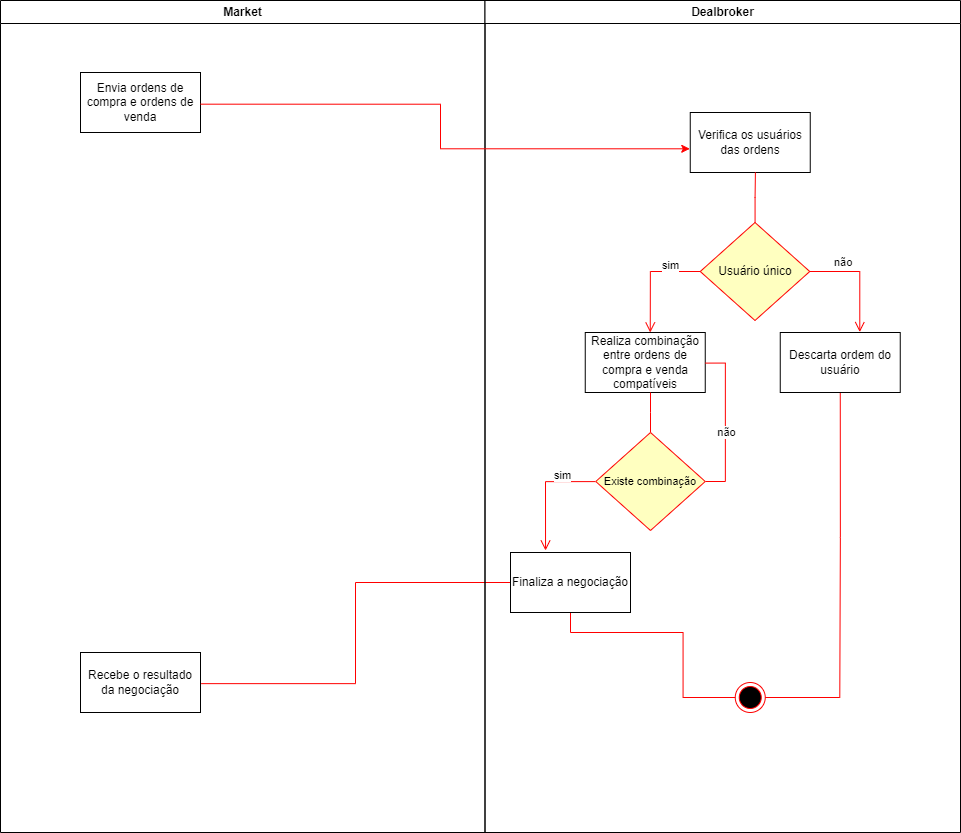
This is dealbroker/atividades/diagrama-atividades.png from milenatteixeira/stockfei, a draw.io export, as it was before one commit. Source tidied: cells renumbered, new cells last; positions are measured from the earlier drawing's top-left corner, leaving out a move shared by most shapes.
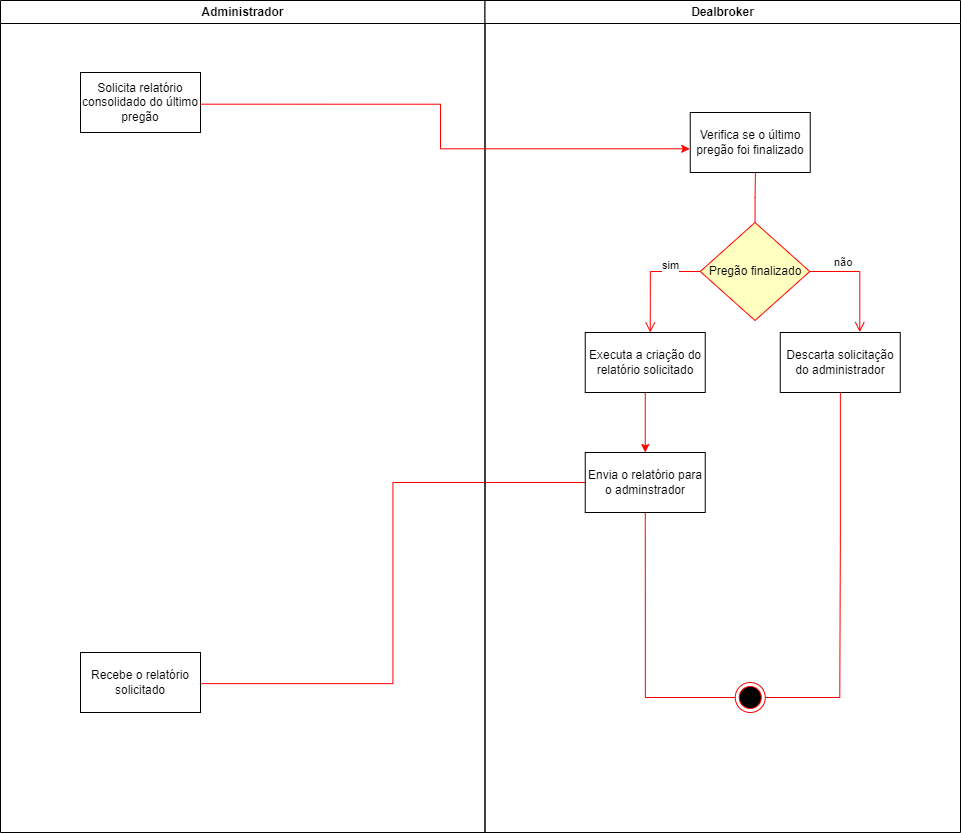
Later version of the same file.

Diff of the diagram source:
```diff
@@ -5,13 +5,13 @@
     <mxCell id="2" style="edgeStyle=orthogonalEdgeStyle;rounded=0;jettySize=auto;html=1;entryX=1.006;entryY=0.519;entryDx=0;entryDy=0;entryPerimeter=0;fontSize=11;endArrow=none;endFill=0;strokeColor=#FF0000;" parent="1" edge="1" source="22" target="5">
       <mxGeometry relative="1" as="geometry" />
     </mxCell>
-    <mxCell id="3" value="Market" style="swimlane;whiteSpace=wrap;startSize=23;" parent="1" vertex="1">
+    <mxCell id="3" value="Administrador" style="swimlane;whiteSpace=wrap;startSize=23;" parent="1" vertex="1">
       <mxGeometry width="484.5" height="832" as="geometry" />
     </mxCell>
-    <mxCell id="4" value="Envia ordens de compra e ordens de venda" style="rounded=0;whiteSpace=wrap;html=1;" parent="3" vertex="1">
+    <mxCell id="4" value="Solicita relatório consolidado do último pregão" style="rounded=0;whiteSpace=wrap;html=1;" parent="3" vertex="1">
       <mxGeometry x="80" y="72" width="120" height="60" as="geometry" />
     </mxCell>
-    <mxCell id="5" value="Recebe o resultado da negociação" style="rounded=0;whiteSpace=wrap;html=1;" parent="3" vertex="1">
+    <mxCell id="5" value="Recebe o relatório solicitado" style="rounded=0;whiteSpace=wrap;html=1;" parent="3" vertex="1">
       <mxGeometry x="80" y="652" width="120" height="60" as="geometry" />
     </mxCell>
     <mxCell id="6" value="Dealbroker" style="swimlane;whiteSpace=wrap;" parent="1" vertex="1">
@@ -20,13 +20,13 @@
     <mxCell id="7" style="ellipse;html=1;shape=endState;fillColor=#000000;strokeColor=#ff0000;" parent="6" vertex="1">
       <mxGeometry x="250.2" y="682" width="30" height="30" as="geometry" />
     </mxCell>
-    <mxCell id="8" value="Verifica os usuários das ordens" style="rounded=0;whiteSpace=wrap;html=1;" parent="6" vertex="1">
+    <mxCell id="8" value="Verifica se o último pregão foi finalizado" style="rounded=0;whiteSpace=wrap;html=1;" parent="6" vertex="1">
       <mxGeometry x="205.2" y="112" width="120" height="60" as="geometry" />
     </mxCell>
     <mxCell id="9" style="edgeStyle=orthogonalEdgeStyle;rounded=0;jettySize=auto;html=1;entryX=0.543;entryY=0.997;entryDx=0;entryDy=0;entryPerimeter=0;strokeColor=#FF0000;endArrow=none;endFill=0;" parent="6" edge="1" source="10" target="8">
       <mxGeometry relative="1" as="geometry" />
     </mxCell>
-    <mxCell id="10" value="Usuário único" style="rhombus;whiteSpace=wrap;html=1;fillColor=#ffffc0;strokeColor=#ff0000;" parent="6" vertex="1">
+    <mxCell id="10" value="Pregão finalizado" style="rhombus;whiteSpace=wrap;html=1;fillColor=#ffffc0;strokeColor=#ff0000;" parent="6" vertex="1">
       <mxGeometry x="215.2" y="222" width="109.5" height="98" as="geometry" />
     </mxCell>
     <mxCell id="11" value="não" style="edgeStyle=orthogonalEdgeStyle;html=1;align=left;verticalAlign=bottom;endArrow=open;endSize=8;strokeColor=#ff0000;rounded=0;entryX=0.67;entryY=-0.008;entryDx=0;entryDy=0;entryPerimeter=0;" parent="6" edge="1" source="10" target="14">
@@ -50,44 +50,24 @@
         </Array>
       </mxGeometry>
     </mxCell>
-    <mxCell id="14" value="Descarta ordem do usuário" style="rounded=0;whiteSpace=wrap;html=1;" parent="6" vertex="1">
+    <mxCell id="14" value="Descarta solicitação do administrador" style="rounded=0;whiteSpace=wrap;html=1;" parent="6" vertex="1">
       <mxGeometry x="295.2" y="332" width="120" height="60" as="geometry" />
     </mxCell>
+    <mxCell id="24" style="edgeStyle=orthogonalEdgeStyle;rounded=0;jettySize=auto;html=1;entryX=0.5;entryY=0;entryDx=0;entryDy=0;strokeColor=#FF0000;" parent="6" edge="1" source="15" target="22">
+      <mxGeometry relative="1" as="geometry" />
+    </mxCell>
-    <mxCell id="15" value="Realiza combinação entre ordens de compra e venda compatíveis" style="rounded=0;whiteSpace=wrap;html=1;" parent="6" vertex="1">
+    <mxCell id="15" value="Executa a criação do relatório solicitado" style="rounded=0;whiteSpace=wrap;html=1;" parent="6" vertex="1">
       <mxGeometry x="100.2" y="332" width="120" height="60" as="geometry" />
     </mxCell>
-    <mxCell id="16" style="edgeStyle=orthogonalEdgeStyle;rounded=0;jettySize=auto;html=1;fontSize=11;endArrow=none;endFill=0;strokeColor=#FF0000;" parent="6" edge="1" source="19">
-      <mxGeometry relative="1" as="geometry">
-        <mxPoint x="165.5" y="392" as="targetPoint" />
-      </mxGeometry>
-    </mxCell>
-    <mxCell id="17" style="edgeStyle=orthogonalEdgeStyle;rounded=0;jettySize=auto;html=1;exitX=1;exitY=0.5;exitDx=0;exitDy=0;entryX=1.002;entryY=0.51;entryDx=0;entryDy=0;entryPerimeter=0;fontSize=11;endArrow=none;endFill=0;strokeColor=#FF0000;" parent="6" edge="1" source="19" target="15">
-      <mxGeometry relative="1" as="geometry" />
-    </mxCell>
-    <mxCell id="18" value="não" style="edgeLabel;html=1;align=center;verticalAlign=middle;fontSize=11;" parent="17" vertex="1">
-      <mxGeometry x="-0.12" relative="1" as="geometry" />
-    </mxCell>
-    <mxCell id="19" value="&lt;font style=&quot;font-size: 11px;&quot;&gt;Existe combinação&lt;/font&gt;" style="rhombus;whiteSpace=wrap;html=1;fillColor=#ffffc0;strokeColor=#ff0000;" parent="6" vertex="1">
-      <mxGeometry x="110.8" y="432" width="109.5" height="98" as="geometry" />
-    </mxCell>
-    <mxCell id="20" value="sim" style="edgeStyle=orthogonalEdgeStyle;html=1;align=left;verticalAlign=top;endArrow=open;endSize=8;strokeColor=#ff0000;rounded=0;entryX=0.292;entryY=-0.033;entryDx=0;entryDy=0;entryPerimeter=0;exitX=-0.004;exitY=0.501;exitDx=0;exitDy=0;exitPerimeter=0;" parent="6" edge="1" source="19" target="22">
-      <mxGeometry x="-0.28" y="-19" relative="1" as="geometry">
-        <Array as="points">
-          <mxPoint x="61" y="481" />
-        </Array>
-      </mxGeometry>
-    </mxCell>
-    <mxCell id="21" style="edgeStyle=orthogonalEdgeStyle;rounded=0;jettySize=auto;html=1;entryX=0;entryY=0.5;entryDx=0;entryDy=0;fontSize=11;endArrow=none;endFill=0;strokeColor=#FF0000;" parent="6" edge="1" source="22" target="7">
+    <mxCell id="21" style="edgeStyle=orthogonalEdgeStyle;rounded=0;jettySize=auto;html=1;entryX=0;entryY=0.5;entryDx=0;entryDy=0;fontSize=11;endArrow=none;endFill=0;strokeColor=#FF0000;exitX=0.5;exitY=1;exitDx=0;exitDy=0;" parent="6" edge="1" source="22" target="7">
       <mxGeometry relative="1" as="geometry">
         <Array as="points">
-          <mxPoint x="85" y="632" />
-          <mxPoint x="198" y="632" />
-          <mxPoint x="198" y="697" />
+          <mxPoint x="160" y="697" />
         </Array>
       </mxGeometry>
     </mxCell>
-    <mxCell id="22" value="Finaliza a negociação" style="rounded=0;whiteSpace=wrap;html=1;" parent="6" vertex="1">
-      <mxGeometry x="25.5" y="552" width="120" height="60" as="geometry" />
+    <mxCell id="22" value="Envia o relatório para o adminstrador" style="rounded=0;whiteSpace=wrap;html=1;" parent="6" vertex="1">
+      <mxGeometry x="100.2" y="452" width="120" height="60" as="geometry" />
     </mxCell>
     <mxCell id="23" style="endArrow=classic;html=1;rounded=0;exitX=1.001;exitY=0.528;exitDx=0;exitDy=0;exitPerimeter=0;entryX=-0.004;entryY=0.605;entryDx=0;entryDy=0;entryPerimeter=0;fillColor=#f8cecc;strokeColor=#FF0000;edgeStyle=orthogonalEdgeStyle;" parent="1" edge="1" source="4" target="8">
       <mxGeometry relative="1" as="geometry">
```
